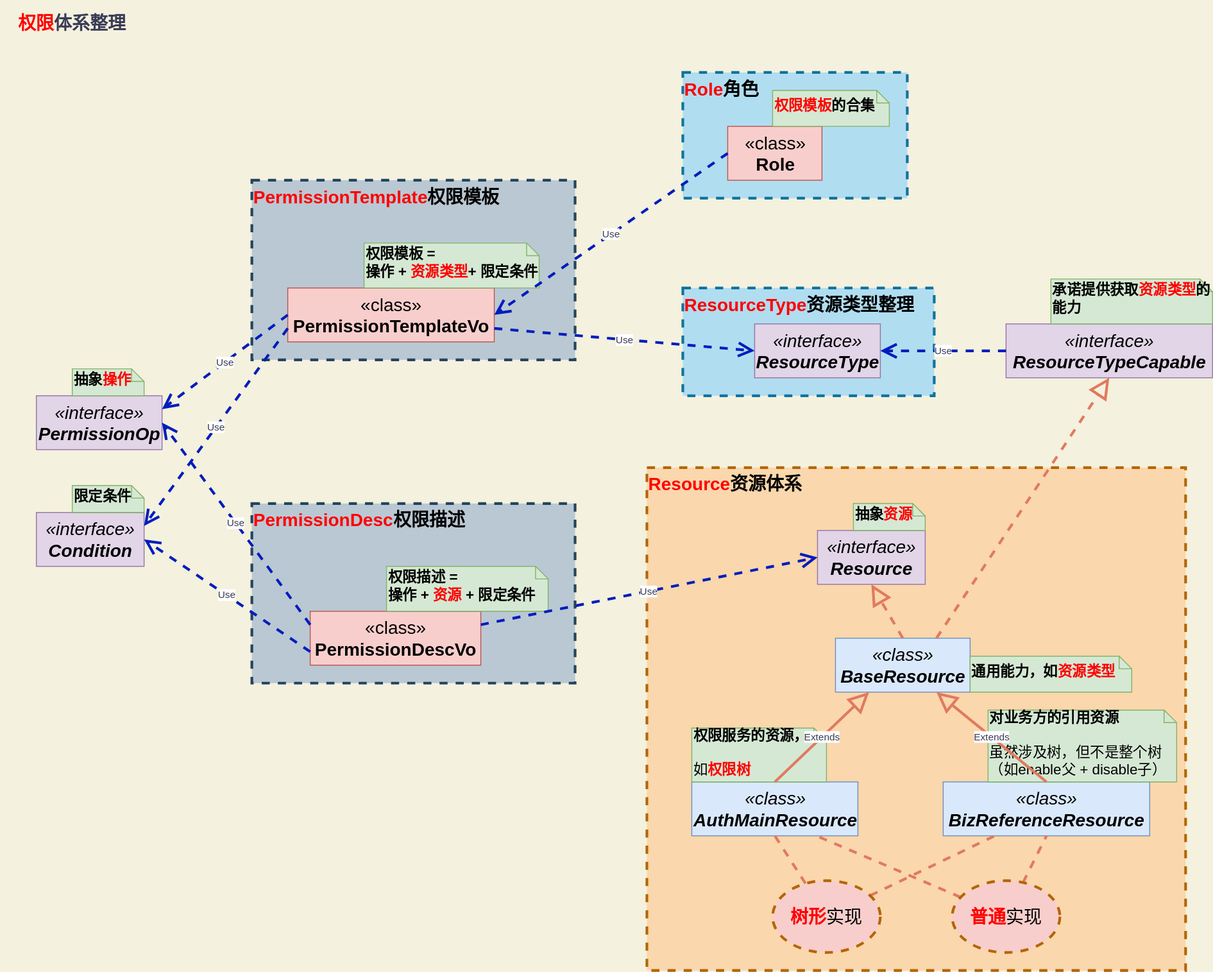
Before: src/main/resources/images/design/02_权限梳理.svg, a diagram exported from draw.io (Jinhua-Lee/Learning). Source tidied: cells renumbered, new cells last; positions are measured from the earlier drawing's top-left corner, leaving out a move shared by most shapes.
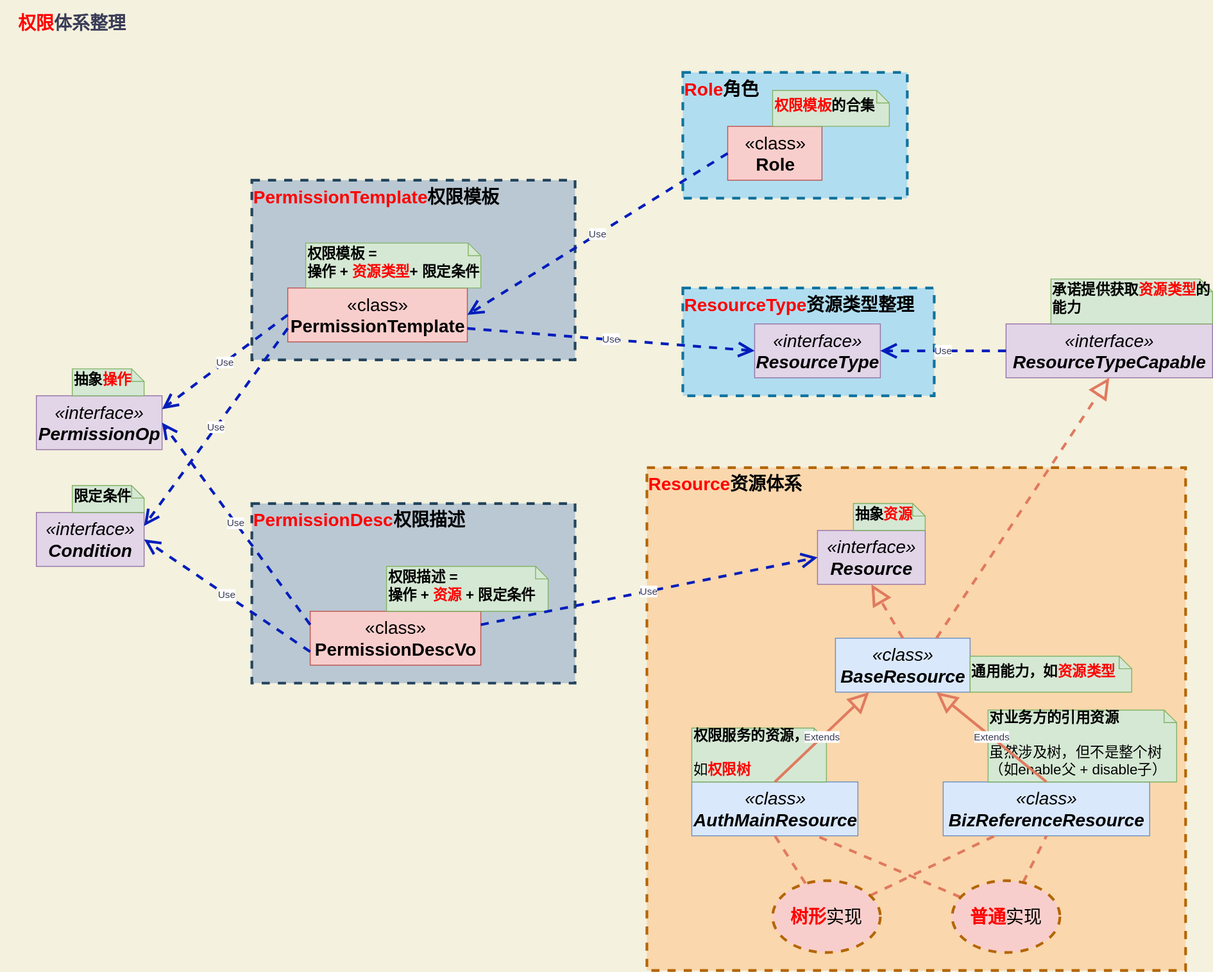
Later version of the same file.

What changed in the source:
```diff
@@ -107,11 +107,11 @@
     <mxCell id="36" value="&lt;b style=&quot;color: rgb(57 , 60 , 86) ; font-size: 20px ; text-align: center&quot;&gt;&lt;font color=&quot;#ff0000&quot;&gt;PermissionTemplate&lt;/font&gt;&lt;/b&gt;&lt;b style=&quot;font-size: 20px ; text-align: center&quot;&gt;&lt;font&gt;权限模板&lt;/font&gt;&lt;/b&gt;" style="rounded=0;whiteSpace=wrap;html=1;dashed=1;sketch=0;strokeColor=#23445d;strokeWidth=3;fillColor=#bac8d3;align=left;verticalAlign=top;" parent="1" vertex="1">
       <mxGeometry x="280" y="200" width="360" height="200" as="geometry" />
     </mxCell>
-    <mxCell id="37" value="&lt;font style=&quot;font-size: 20px&quot;&gt;«class»&lt;br&gt;&lt;b&gt;PermissionTemplateVo&lt;/b&gt;&lt;/font&gt;" style="html=1;rounded=0;sketch=0;strokeColor=#b85450;fillColor=#f8cecc;" parent="1" vertex="1">
-      <mxGeometry x="320" y="320" width="230" height="60" as="geometry" />
+    <mxCell id="37" value="&lt;font style=&quot;font-size: 20px&quot;&gt;«class»&lt;br&gt;&lt;b&gt;PermissionTemplate&lt;/b&gt;&lt;/font&gt;" style="html=1;rounded=0;sketch=0;strokeColor=#b85450;fillColor=#f8cecc;" parent="1" vertex="1">
+      <mxGeometry x="320" y="320" width="200" height="60" as="geometry" />
     </mxCell>
     <mxCell id="38" value="&lt;font style=&quot;font-size: 16px&quot;&gt;&lt;b&gt;权限模板 =&lt;br&gt;操作 + &lt;font color=&quot;#ff0000&quot;&gt;资源类型&lt;/font&gt;+ 限定条件&lt;/b&gt;&lt;br&gt;&lt;/font&gt;" style="shape=note;whiteSpace=wrap;html=1;size=14;verticalAlign=middle;align=left;spacingTop=-6;rounded=0;sketch=0;strokeColor=#82b366;fillColor=#d5e8d4;" parent="1" vertex="1">
-      <mxGeometry x="405" y="270" width="195" height="50" as="geometry" />
+      <mxGeometry x="340" y="270" width="195" height="50" as="geometry" />
     </mxCell>
     <mxCell id="39" value="Use" style="endArrow=open;endSize=12;dashed=1;html=1;rounded=1;sketch=0;fontColor=#393C56;strokeColor=#001DBC;fillColor=#0050ef;strokeWidth=3;entryX=1;entryY=0.5;entryDx=0;entryDy=0;exitX=0;exitY=0.5;exitDx=0;exitDy=0;" parent="1" edge="1" source="18" target="35">
       <mxGeometry relative="1" as="geometry" />
```
